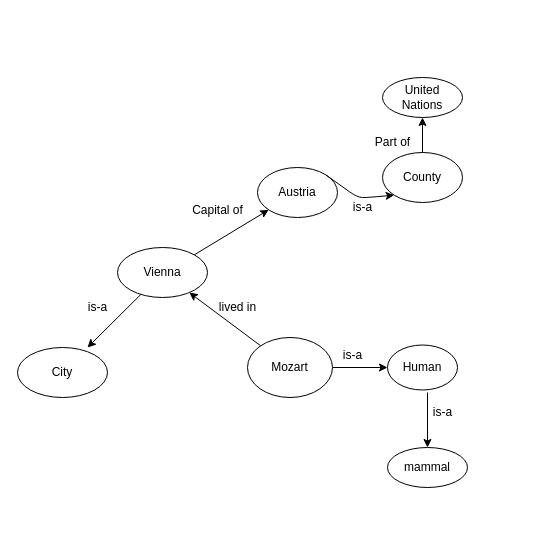
The draw.io diagram Untitled Diagram.drawio in anas90zh/blog-test, before the edit. Source tidied: cells renumbered, new cells numbered last; positions are measured from the earlier drawing's top-left corner, leaving out a move shared by most shapes. Both pictures are drawn from the tidied source at 100%, with x=0, y=0 at pixel (17, 77).
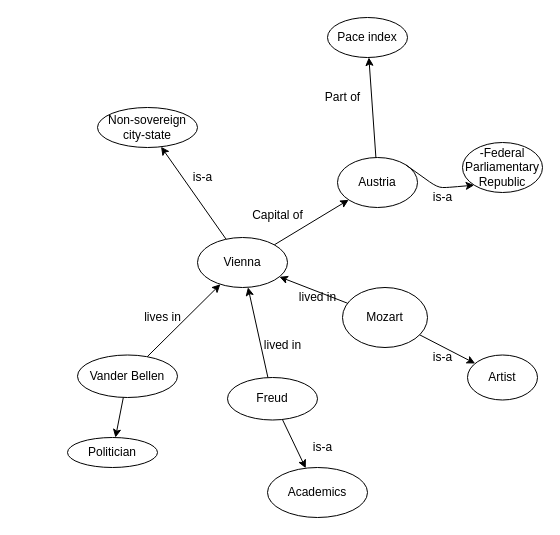
The same diagram, later.

Change to the diagram source:
```diff
@@
     <mxCell id="2" value="Vienna" style="ellipse;whiteSpace=wrap;html=1;" parent="1" vertex="1">
-      <mxGeometry x="100" y="170" width="90" height="50" as="geometry" />
+      <mxGeometry x="180" y="160" width="90" height="50" as="geometry" />
     </mxCell>
-    <mxCell id="3" value="City" style="ellipse;whiteSpace=wrap;html=1;" parent="1" vertex="1">
-      <mxGeometry y="270" width="90" height="50" as="geometry" />
-    </mxCell>
     <mxCell id="4" value="Austria" style="ellipse;whiteSpace=wrap;html=1;" parent="1" vertex="1">
-      <mxGeometry x="240" y="90" width="80" height="50" as="geometry" />
+      <mxGeometry x="320" y="80" width="80" height="50" as="geometry" />
     </mxCell>
-    <mxCell id="5" style="endArrow=classic;html=1;entryX=0.778;entryY=0;entryDx=0;entryDy=0;entryPerimeter=0;" parent="1" edge="1" source="2" target="3">
-      <mxGeometry relative="1" as="geometry" />
-    </mxCell>
-    <mxCell id="6" value="is-a " style="text;html=1;align=center;verticalAlign=middle;" parent="1" vertex="1">
-      <mxGeometry x="65" y="220" width="30" height="20" as="geometry" />
-    </mxCell>
@@
     <mxCell id="8" value="&lt;div&gt;Capital of&lt;/div&gt;&lt;div&gt;&lt;br&gt;&lt;/div&gt;" style="text;html=1;align=center;verticalAlign=middle;" parent="1" vertex="1">
-      <mxGeometry x="170" y="125" width="60" height="30" as="geometry" />
+      <mxGeometry x="230" y="130" width="60" height="30" as="geometry" />
     </mxCell>
-    <mxCell id="9" value="County" style="ellipse;whiteSpace=wrap;html=1;" parent="1" vertex="1">
-      <mxGeometry x="365" y="75" width="80" height="50" as="geometry" />
+    <mxCell id="9" value="&lt;p&gt;&lt;span lang=&quot;EN&quot;&gt;&lt;span&gt;-&lt;/span&gt;&lt;/span&gt;&lt;span lang=&quot;EN-US&quot;&gt;Federal Parliamentary Republic&lt;/span&gt;&lt;/p&gt;" style="ellipse;whiteSpace=wrap;html=1;" parent="1" vertex="1">
+      <mxGeometry x="445" y="65" width="80" height="50" as="geometry" />
     </mxCell>
     <mxCell id="10" style="endArrow=classic;html=1;entryX=0;entryY=1;entryDx=0;entryDy=0;exitX=1;exitY=0;exitDx=0;exitDy=0;" parent="1" edge="1" source="4" target="9">
       <mxGeometry relative="1" as="geometry">
         <Array as="points">
-          <mxPoint x="340" y="120" />
-          <mxPoint x="350" y="120" />
+          <mxPoint x="420" y="110" />
+          <mxPoint x="430" y="110" />
         </Array>
       </mxGeometry>
     </mxCell>
     <mxCell id="11" value="is-a " style="text;html=1;align=center;verticalAlign=middle;" parent="1" vertex="1">
-      <mxGeometry x="330" y="120" width="30" height="20" as="geometry" />
+      <mxGeometry x="410" y="110" width="30" height="20" as="geometry" />
     </mxCell>
-    <mxCell id="12" value="United Nations" style="ellipse;whiteSpace=wrap;html=1;" parent="1" vertex="1">
-      <mxGeometry x="365" width="80" height="40" as="geometry" />
+    <mxCell id="12" value="Pace index" style="ellipse;whiteSpace=wrap;html=1;" parent="1" vertex="1">
+      <mxGeometry x="310" y="-60" width="80" height="40" as="geometry" />
     </mxCell>
-    <mxCell id="13" style="endArrow=classic;html=1;exitX=0.5;exitY=0;exitDx=0;exitDy=0;" parent="1" edge="1" source="9" target="12">
-      <mxGeometry relative="1" as="geometry" />
-    </mxCell>
     <mxCell id="14" value="Part of" style="text;html=1;align=center;verticalAlign=middle;" parent="1" vertex="1">
-      <mxGeometry x="350" y="55" width="50" height="20" as="geometry" />
+      <mxGeometry x="300" y="10" width="50" height="20" as="geometry" />
     </mxCell>
-    <mxCell id="15" style="edgeStyle=orthogonalEdgeStyle;rounded=0;jettySize=auto;html=1;" parent="1" edge="1" source="16">
-      <mxGeometry relative="1" as="geometry">
-        <mxPoint x="370" y="290" as="targetPoint" />
-      </mxGeometry>
-    </mxCell>
     <mxCell id="16" value="Mozart" style="ellipse;whiteSpace=wrap;html=1;" parent="1" vertex="1">
-      <mxGeometry x="230" y="260" width="85" height="60" as="geometry" />
+      <mxGeometry x="325" y="210" width="85" height="60" as="geometry" />
     </mxCell>
-    <mxCell id="17" value="Human" style="ellipse;whiteSpace=wrap;html=1;" parent="1" vertex="1">
-      <mxGeometry x="370" y="267.5" width="70" height="45" as="geometry" />
+    <mxCell id="17" value="Artist" style="ellipse;whiteSpace=wrap;html=1;" parent="1" vertex="1">
+      <mxGeometry x="450" y="277.5" width="70" height="45" as="geometry" />
     </mxCell>
@@
     <mxCell id="19" value="lived in" style="text;html=1;align=center;verticalAlign=middle;" parent="1" vertex="1">
-      <mxGeometry x="195" y="220" width="50" height="20" as="geometry" />
+      <mxGeometry x="275" y="210" width="50" height="20" as="geometry" />
     </mxCell>
-    <mxCell id="20" value="mammal" style="ellipse;whiteSpace=wrap;html=1;" parent="1" vertex="1">
-      <mxGeometry x="370" y="370" width="80" height="40" as="geometry" />
-    </mxCell>
-    <mxCell id="21" style="endArrow=classic;html=1;" parent="1" edge="1" target="20">
-      <mxGeometry relative="1" as="geometry">
-        <mxPoint x="410" y="315" as="sourcePoint" />
-      </mxGeometry>
-    </mxCell>
-    <mxCell id="22" value="is-a " style="text;html=1;align=center;verticalAlign=middle;" parent="1" vertex="1">
-      <mxGeometry x="410" y="325" width="30" height="20" as="geometry" />
-    </mxCell>
     <mxCell id="23" value="is-a " style="text;html=1;align=center;verticalAlign=middle;" parent="1" vertex="1">
-      <mxGeometry x="320" y="267.5" width="30" height="20" as="geometry" />
+      <mxGeometry x="410" y="270" width="30" height="20" as="geometry" />
     </mxCell>
+    <mxCell id="24" style="endArrow=classic;html=1;" parent="1" edge="1" source="4" target="12">
+      <mxGeometry relative="1" as="geometry" />
+    </mxCell>
+    <mxCell id="25" value="&lt;span lang=&quot;EN&quot;&gt;Non-sovereign city-state&lt;/span&gt;" style="ellipse;whiteSpace=wrap;html=1;" parent="1" vertex="1">
+      <mxGeometry x="80" y="30" width="100" height="40" as="geometry" />
+    </mxCell>
+    <mxCell id="26" style="endArrow=classic;html=1;" parent="1" edge="1" source="2" target="25">
+      <mxGeometry relative="1" as="geometry" />
+    </mxCell>
+    <mxCell id="27" value="is-a" style="text;html=1;align=center;verticalAlign=middle;" parent="1" vertex="1">
+      <mxGeometry x="170" y="90" width="30" height="20" as="geometry" />
+    </mxCell>
+    <mxCell id="28" style="endArrow=classic;html=1;" parent="1" edge="1" source="16" target="17">
+      <mxGeometry relative="1" as="geometry" />
+    </mxCell>
+    <mxCell id="29" value="&lt;span lang=&quot;EN-US&quot;&gt;Freud&lt;/span&gt;" style="ellipse;whiteSpace=wrap;html=1;" parent="1" vertex="1">
+      <mxGeometry x="210" y="300" width="90" height="42.5" as="geometry" />
+    </mxCell>
+    <mxCell id="30" value="&lt;span lang=&quot;EN-US&quot;&gt;Academics&lt;/span&gt;" style="ellipse;whiteSpace=wrap;html=1;" parent="1" vertex="1">
+      <mxGeometry x="250" y="390" width="100" height="50" as="geometry" />
+    </mxCell>
+    <mxCell id="31" value="lives in" style="text;html=1;align=center;verticalAlign=middle;" parent="1" vertex="1">
+      <mxGeometry x="120" y="230" width="50" height="20" as="geometry" />
+    </mxCell>
+    <mxCell id="32" style="endArrow=classic;html=1;" parent="1" edge="1" source="29" target="2">
+      <mxGeometry relative="1" as="geometry" />
+    </mxCell>
+    <mxCell id="33" style="endArrow=classic;html=1;" parent="1" edge="1" source="29" target="30">
+      <mxGeometry relative="1" as="geometry" />
+    </mxCell>
+    <mxCell id="34" value="is-a " style="text;html=1;align=center;verticalAlign=middle;" parent="1" vertex="1">
+      <mxGeometry x="290" y="360" width="30" height="20" as="geometry" />
+    </mxCell>
+    <mxCell id="35" value="&lt;span lang=&quot;EN-US&quot;&gt;Vander Bellen&lt;/span&gt;" style="ellipse;whiteSpace=wrap;html=1;" parent="1" vertex="1">
+      <mxGeometry x="60" y="277.5" width="100" height="42.5" as="geometry" />
+    </mxCell>
+    <mxCell id="36" style="endArrow=classic;html=1;" parent="1" edge="1" source="35" target="2">
+      <mxGeometry relative="1" as="geometry" />
+    </mxCell>
+    <mxCell id="37" value="lived in" style="text;html=1;align=center;verticalAlign=middle;" parent="1" vertex="1">
+      <mxGeometry x="240" y="257.5" width="50" height="20" as="geometry" />
+    </mxCell>
+    <mxCell id="38" value="&lt;span lang=&quot;EN-US&quot;&gt;Politician&lt;/span&gt;" style="ellipse;whiteSpace=wrap;html=1;" parent="1" vertex="1">
+      <mxGeometry x="50" y="360" width="90" height="30" as="geometry" />
+    </mxCell>
+    <mxCell id="39" style="endArrow=classic;html=1;" parent="1" edge="1" source="35" target="38">
+      <mxGeometry relative="1" as="geometry" />
+    </mxCell>
```
